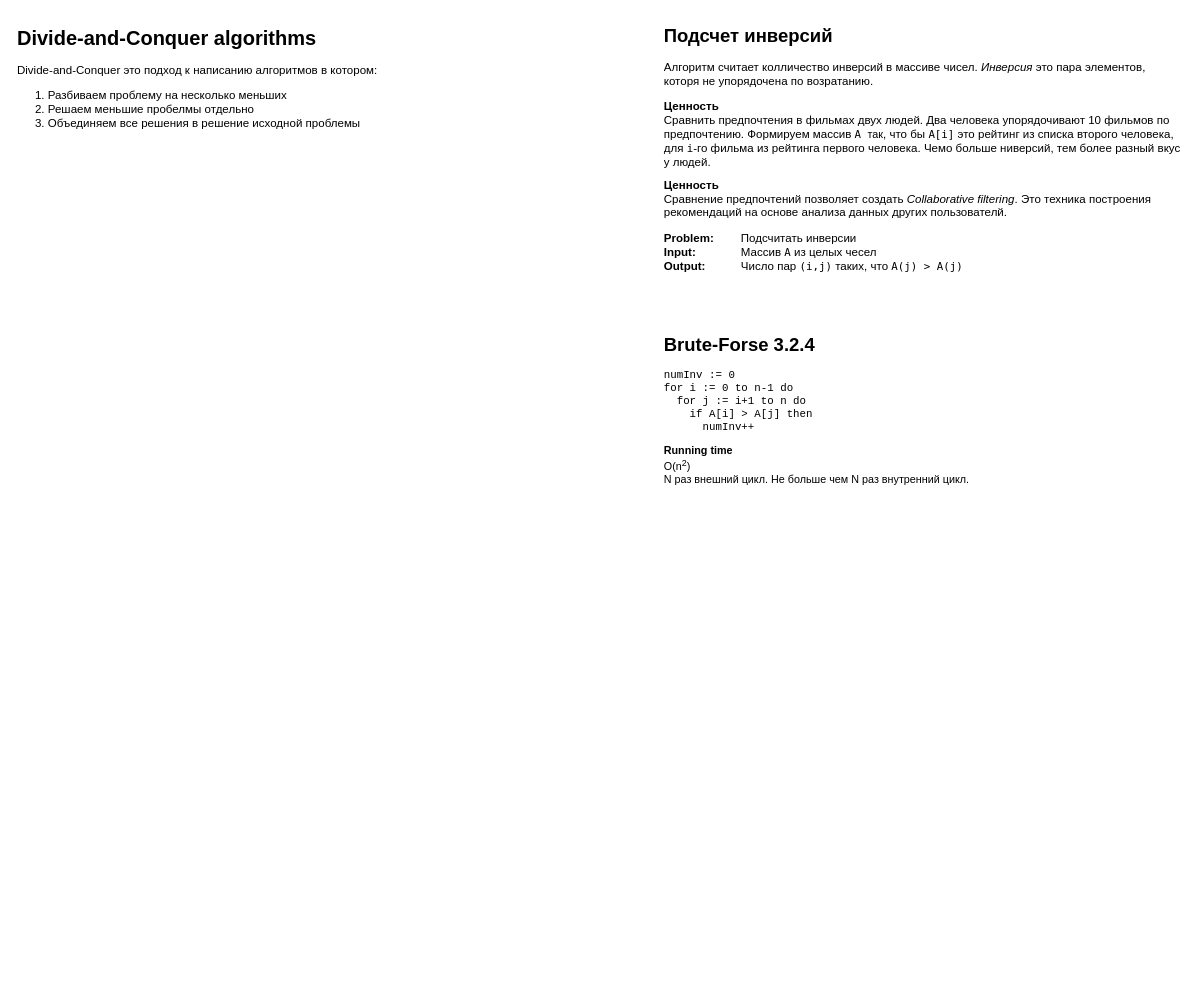
The draw.io diagram algorithms-illuminated.drawio in mike-galushko/algorithms-illuminated, before the edit. Source tidied: cells renumbered, new cells numbered last; positions are measured from the earlier drawing's top-left corner, leaving out a move shared by most shapes. Both pictures are drawn from the tidied source at 77%, with x=0, y=0 at pixel (13, 21).
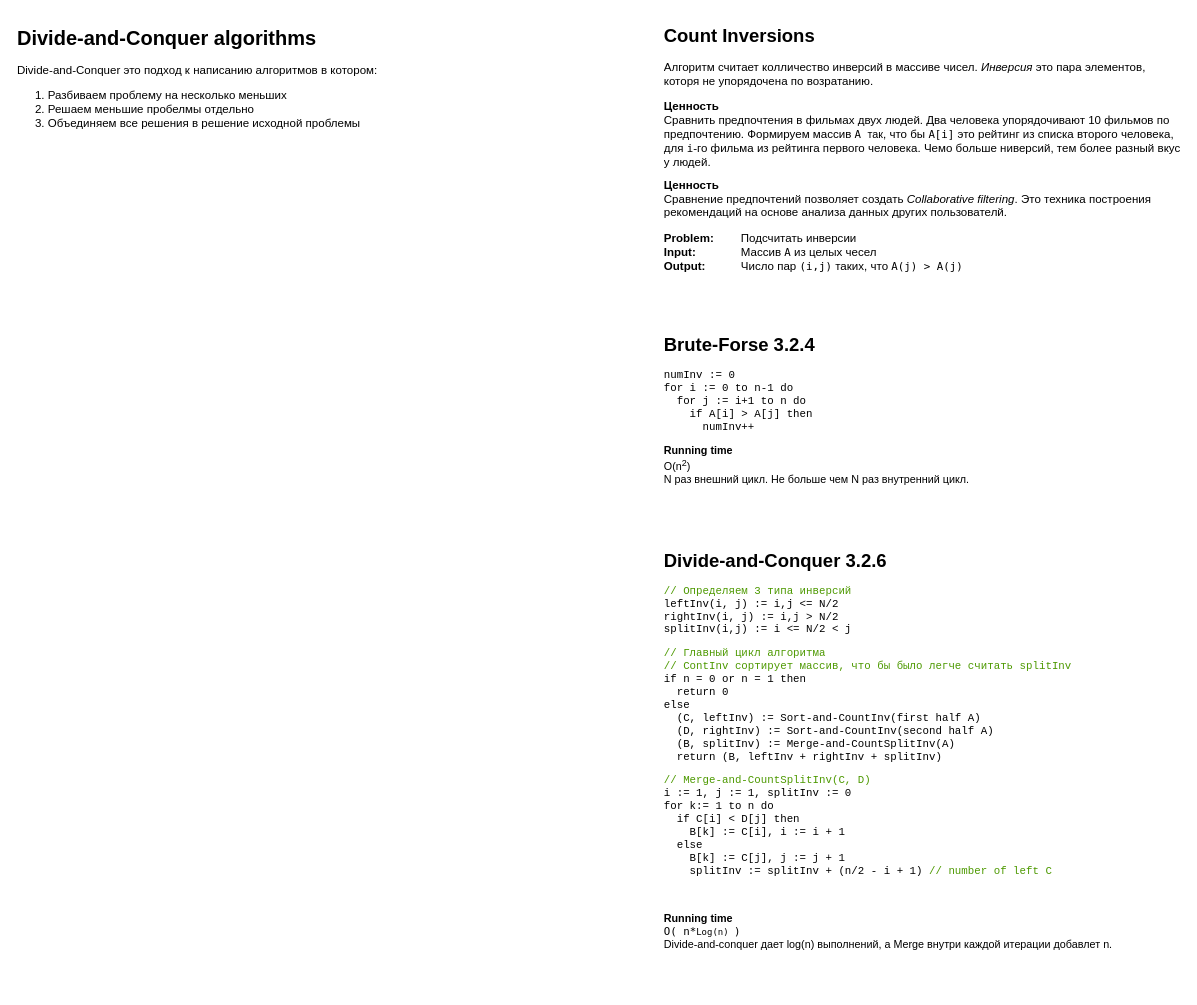
The same page after the edit.

Diff of the diagram source:
```diff
@@
 <mxGraphModel>
   <root>
     <mxCell id="0" />
     <mxCell id="1" parent="0" />
     <mxCell id="2" value="&lt;h1&gt;&lt;font style=&quot;font-size: 26px;&quot;&gt;Divide-and-Conquer algorithms&lt;/font&gt;&lt;font style=&quot;font-size: 24px;&quot;&gt;&amp;nbsp;&lt;/font&gt;&lt;/h1&gt;&lt;p style=&quot;font-size: 15px;&quot;&gt;&lt;span style=&quot;background-color: initial;&quot;&gt;Divide-and-Conquer это подход к написанию алгоритмов в котором:&lt;/span&gt;&lt;br&gt;&lt;/p&gt;&lt;p style=&quot;font-size: 15px;&quot;&gt;&lt;/p&gt;&lt;ol style=&quot;font-size: 15px;&quot;&gt;&lt;li&gt;&lt;font style=&quot;font-size: 15px;&quot;&gt;Разбиваем проблему на несколько меньших&lt;/font&gt;&lt;/li&gt;&lt;li&gt;&lt;font style=&quot;font-size: 15px;&quot;&gt;Решаем меньшие пробелмы отдельно&lt;/font&gt;&lt;/li&gt;&lt;li&gt;&lt;font style=&quot;font-size: 15px;&quot;&gt;Объединяем все решения в решение исходной проблемы&lt;/font&gt;&lt;/li&gt;&lt;/ol&gt;&lt;div style=&quot;font-size: 15px;&quot;&gt;&lt;span style=&quot;&quot;&gt;&lt;br&gt;&lt;/span&gt;&lt;/div&gt;&lt;p&gt;&lt;/p&gt;" style="text;html=1;strokeColor=none;fillColor=none;spacing=5;spacingTop=-20;whiteSpace=wrap;overflow=hidden;rounded=0;" parent="1" vertex="1">
       <mxGeometry y="2" width="690" height="270" as="geometry" />
     </mxCell>
-    <mxCell id="3" value="&lt;h1&gt;Подсчет инверсий&lt;/h1&gt;&lt;p style=&quot;font-size: 15px;&quot;&gt;&lt;span style=&quot;background-color: initial;&quot;&gt;Алгоритм считает колличество инверсий в массиве чисел. &lt;i&gt;Инверсия&lt;/i&gt; это пара элементов, которя не упорядочена по возратанию.&lt;/span&gt;&lt;br&gt;&lt;/p&gt;&lt;p style=&quot;&quot;&gt;&lt;font style=&quot;font-size: 15px;&quot;&gt;&lt;b&gt;Ценность&lt;br&gt;&lt;/b&gt;&lt;/font&gt;&lt;span style=&quot;background-color: initial;&quot;&gt;&lt;span style=&quot;font-size: 15px;&quot;&gt;Сравнить предпочтения в фильмах двух людей. Два человека упорядочивают 10 фильмов по предпочтению. Формируем массив &lt;/span&gt;&lt;font style=&quot;font-size: 14px;&quot; face=&quot;Lucida Console&quot;&gt;A &lt;/font&gt;&lt;font style=&quot;font-size: 14px;&quot;&gt;так&lt;/font&gt;&lt;span style=&quot;font-size: 15px;&quot;&gt;, что бы &lt;/span&gt;&lt;font style=&quot;font-size: 14px;&quot; face=&quot;Lucida Console&quot;&gt;A[i]&lt;/font&gt;&lt;span style=&quot;font-size: 15px;&quot;&gt;&amp;nbsp;это рейтинг из списка второго человека, для &lt;/span&gt;&lt;font style=&quot;font-size: 14px;&quot; face=&quot;Lucida Console&quot;&gt;i&lt;/font&gt;&lt;font style=&quot;font-size: 15px;&quot;&gt;-го&lt;/font&gt;&lt;span style=&quot;font-size: 15px;&quot;&gt; фильма из рейтинга первого человека. Чемо больше ниверсий, тем более разный вкус у людей.&lt;/span&gt;&lt;/span&gt;&lt;/p&gt;&lt;p style=&quot;&quot;&gt;&lt;span style=&quot;background-color: initial;&quot;&gt;&lt;span style=&quot;font-size: 15px;&quot;&gt;&lt;b&gt;Ценность&lt;/b&gt;&lt;br&gt;Сравнение предпочтений позволяет создать &lt;i&gt;Collaborative filtering&lt;/i&gt;. Это техника построения рекомендаций на основе анализа данных других пользователй.&lt;/span&gt;&lt;/span&gt;&lt;/p&gt;&lt;p style=&quot;font-size: 15px;&quot;&gt;&lt;font style=&quot;font-size: 15px;&quot;&gt;&lt;b&gt;Problem: &lt;span style=&quot;white-space: pre;&quot;&gt;&#9;&lt;/span&gt;&lt;/b&gt;Подсчитать инверсии&lt;br&gt;&lt;/font&gt;&lt;b style=&quot;background-color: initial;&quot;&gt;Input:&lt;/b&gt;&lt;span style=&quot;background-color: initial;&quot;&gt; &lt;/span&gt;&lt;span style=&quot;background-color: initial; white-space: pre;&quot;&gt;&#9;&lt;/span&gt;&lt;span style=&quot;background-color: initial; white-space: pre;&quot;&gt;&#9;&lt;/span&gt;&lt;span style=&quot;background-color: initial; font-size: 12px;&quot;&gt;&lt;span style=&quot;font-size: 15px;&quot;&gt;Массив &lt;/span&gt;&lt;font style=&quot;font-size: 14px;&quot; face=&quot;Lucida Console&quot;&gt;A&lt;/font&gt;&lt;span style=&quot;font-size: 15px;&quot;&gt; из целых чесел&lt;br&gt;&lt;/span&gt;&lt;/span&gt;&lt;b style=&quot;background-color: initial;&quot;&gt;Output:&lt;/b&gt;&lt;span style=&quot;background-color: initial; white-space: pre;&quot;&gt;&#9;&lt;/span&gt;&lt;span style=&quot;background-color: initial; white-space: pre;&quot;&gt;&#9;&lt;/span&gt;&lt;span style=&quot;background-color: initial;&quot;&gt;Число пар &lt;/span&gt;&lt;font style=&quot;background-color: initial; font-size: 14px;&quot; face=&quot;Lucida Console&quot;&gt;(i,j)&lt;/font&gt;&lt;span style=&quot;background-color: initial;&quot;&gt; таких, что &lt;/span&gt;&lt;font style=&quot;background-color: initial; font-size: 14px;&quot; face=&quot;Lucida Console&quot;&gt;A(j) &amp;gt; A(j)&lt;/font&gt;&lt;/p&gt;&lt;p&gt;&lt;/p&gt;&lt;p style=&quot;font-size: 15px;&quot;&gt;&lt;br&gt;&lt;/p&gt;&lt;p style=&quot;font-size: 15px;&quot;&gt;&lt;br&gt;&lt;/p&gt;" style="text;html=1;strokeColor=none;fillColor=none;spacing=5;spacingTop=-20;whiteSpace=wrap;overflow=hidden;rounded=0;" parent="1" vertex="1">
-      <mxGeometry x="840" width="680" height="390" as="geometry" />
+    <mxCell id="3" value="&lt;h1&gt;Count Inversions&lt;/h1&gt;&lt;p style=&quot;font-size: 15px;&quot;&gt;&lt;span style=&quot;background-color: initial;&quot;&gt;Алгоритм считает колличество инверсий в массиве чисел. &lt;i&gt;Инверсия&lt;/i&gt; это пара элементов, которя не упорядочена по возратанию.&lt;/span&gt;&lt;br&gt;&lt;/p&gt;&lt;p style=&quot;&quot;&gt;&lt;font style=&quot;font-size: 15px;&quot;&gt;&lt;b&gt;Ценность&lt;br&gt;&lt;/b&gt;&lt;/font&gt;&lt;span style=&quot;background-color: initial;&quot;&gt;&lt;span style=&quot;font-size: 15px;&quot;&gt;Сравнить предпочтения в фильмах двух людей. Два человека упорядочивают 10 фильмов по предпочтению. Формируем массив &lt;/span&gt;&lt;font style=&quot;font-size: 14px;&quot; face=&quot;Lucida Console&quot;&gt;A &lt;/font&gt;&lt;font style=&quot;font-size: 14px;&quot;&gt;так&lt;/font&gt;&lt;span style=&quot;font-size: 15px;&quot;&gt;, что бы &lt;/span&gt;&lt;font style=&quot;font-size: 14px;&quot; face=&quot;Lucida Console&quot;&gt;A[i]&lt;/font&gt;&lt;span style=&quot;font-size: 15px;&quot;&gt;&amp;nbsp;это рейтинг из списка второго человека, для &lt;/span&gt;&lt;font style=&quot;font-size: 14px;&quot; face=&quot;Lucida Console&quot;&gt;i&lt;/font&gt;&lt;font style=&quot;font-size: 15px;&quot;&gt;-го&lt;/font&gt;&lt;span style=&quot;font-size: 15px;&quot;&gt; фильма из рейтинга первого человека. Чемо больше ниверсий, тем более разный вкус у людей.&lt;/span&gt;&lt;/span&gt;&lt;/p&gt;&lt;p style=&quot;&quot;&gt;&lt;span style=&quot;background-color: initial;&quot;&gt;&lt;span style=&quot;font-size: 15px;&quot;&gt;&lt;b&gt;Ценность&lt;/b&gt;&lt;br&gt;Сравнение предпочтений позволяет создать &lt;i&gt;Collaborative filtering&lt;/i&gt;. Это техника построения рекомендаций на основе анализа данных других пользователй.&lt;/span&gt;&lt;/span&gt;&lt;/p&gt;&lt;p style=&quot;font-size: 15px;&quot;&gt;&lt;font style=&quot;font-size: 15px;&quot;&gt;&lt;b&gt;Problem: &lt;span style=&quot;white-space: pre;&quot;&gt;&#9;&lt;/span&gt;&lt;/b&gt;Подсчитать инверсии&lt;br&gt;&lt;/font&gt;&lt;b style=&quot;background-color: initial;&quot;&gt;Input:&lt;/b&gt;&lt;span style=&quot;background-color: initial;&quot;&gt; &lt;/span&gt;&lt;span style=&quot;background-color: initial; white-space: pre;&quot;&gt;&#9;&lt;/span&gt;&lt;span style=&quot;background-color: initial; white-space: pre;&quot;&gt;&#9;&lt;/span&gt;&lt;span style=&quot;background-color: initial; font-size: 12px;&quot;&gt;&lt;span style=&quot;font-size: 15px;&quot;&gt;Массив &lt;/span&gt;&lt;font style=&quot;font-size: 14px;&quot; face=&quot;Lucida Console&quot;&gt;A&lt;/font&gt;&lt;span style=&quot;font-size: 15px;&quot;&gt; из целых чесел&lt;br&gt;&lt;/span&gt;&lt;/span&gt;&lt;b style=&quot;background-color: initial;&quot;&gt;Output:&lt;/b&gt;&lt;span style=&quot;background-color: initial; white-space: pre;&quot;&gt;&#9;&lt;/span&gt;&lt;span style=&quot;background-color: initial; white-space: pre;&quot;&gt;&#9;&lt;/span&gt;&lt;span style=&quot;background-color: initial;&quot;&gt;Число пар &lt;/span&gt;&lt;font style=&quot;background-color: initial; font-size: 14px;&quot; face=&quot;Lucida Console&quot;&gt;(i,j)&lt;/font&gt;&lt;span style=&quot;background-color: initial;&quot;&gt; таких, что &lt;/span&gt;&lt;font style=&quot;background-color: initial; font-size: 14px;&quot; face=&quot;Lucida Console&quot;&gt;A(j) &amp;gt; A(j)&lt;/font&gt;&lt;/p&gt;&lt;p&gt;&lt;/p&gt;&lt;p style=&quot;font-size: 15px;&quot;&gt;&lt;br&gt;&lt;/p&gt;&lt;p style=&quot;font-size: 15px;&quot;&gt;&lt;br&gt;&lt;/p&gt;" style="text;html=1;strokeColor=none;fillColor=none;spacing=5;spacingTop=-20;whiteSpace=wrap;overflow=hidden;rounded=0;" parent="1" vertex="1">
+      <mxGeometry x="840" width="680" height="361" as="geometry" />
     </mxCell>
     <mxCell id="4" value="&lt;h1&gt;Brute-Forse 3.2.4&lt;/h1&gt;&lt;pre style=&quot;font-size: 14px;&quot;&gt;numInv := 0&lt;br&gt;for i := 0 to n-1 do&lt;br&gt;  for j := i+1 to n do&lt;br&gt;    if A[i] &amp;gt; A[j] then&lt;br&gt;      numInv++&lt;br&gt;&lt;/pre&gt;&lt;p style=&quot;font-size: 14px;&quot;&gt;&lt;b&gt;Running time&lt;br&gt;&lt;/b&gt;&lt;span style=&quot;background-color: initial;&quot;&gt;O(n&lt;/span&gt;&lt;sup style=&quot;background-color: initial; border-color: var(--border-color);&quot;&gt;2&lt;/sup&gt;&lt;span style=&quot;background-color: initial; border-color: var(--border-color);&quot;&gt;)&amp;nbsp;&lt;br&gt;&lt;/span&gt;&lt;span style=&quot;background-color: initial;&quot;&gt;N раз внешний цикл. Не больше чем N раз внутренний цикл.&lt;/span&gt;&lt;/p&gt;&lt;p style=&quot;font-size: 14px;&quot;&gt;&lt;br&gt;&lt;/p&gt;&lt;p style=&quot;font-size: 14px;&quot;&gt;&lt;br&gt;&lt;/p&gt;" style="text;html=1;strokeColor=none;fillColor=none;spacing=5;spacingTop=-20;whiteSpace=wrap;overflow=hidden;rounded=0;" parent="1" vertex="1">
       <mxGeometry x="840" y="401" width="680" height="230" as="geometry" />
     </mxCell>
+    <mxCell id="5" value="&lt;h1&gt;Divide-and-Conquer 3.2.6&lt;/h1&gt;&lt;pre style=&quot;font-size: 14px;&quot;&gt;&lt;font color=&quot;#4d9900&quot;&gt;// Определяем 3 типа инверсий&lt;/font&gt;&lt;br&gt;leftInv(i, j) := i,j &amp;lt;= N/2&lt;br&gt;rightInv(i, j) := i,j &amp;gt; N/2&lt;br&gt;splitInv(i,j) := i &amp;lt;= N/2 &amp;lt; j&lt;/pre&gt;&lt;pre style=&quot;font-size: 14px;&quot;&gt;&lt;font color=&quot;#4d9900&quot;&gt;// Главный цикл алгоритма&lt;br&gt;// ContInv сортирует массив, что бы было легче считать splitInv&lt;/font&gt;&lt;br&gt;if n = 0 or n = 1 then&lt;br&gt;  return 0&lt;br&gt;else&lt;br&gt;  (C, leftInv) := Sort-and-CountInv(first half A)&lt;br&gt;  (D, rightInv) := Sort-and-CountInv(second half A)&lt;br&gt;  (B, splitInv) := Merge-and-CountSplitInv(A)&lt;br&gt;  return (B, leftInv + rightInv + splitInv)&lt;/pre&gt;&lt;pre style=&quot;font-size: 14px;&quot;&gt;&lt;font color=&quot;#4d9900&quot;&gt;// Merge-and-CountSplitInv(C, D)&lt;/font&gt;&lt;br&gt;i := 1, j := 1, splitInv := 0&lt;br&gt;for k:= 1 to n do&lt;br&gt;  if C[i] &amp;lt; D[j] then&lt;br&gt;    B[k] := C[i], i := i + 1&lt;br&gt;  else&lt;br&gt;    B[k] := C[j], j := j + 1&lt;br&gt;    splitInv := splitInv + (n/2 - i + 1) &lt;font color=&quot;#4d9900&quot;&gt;// number of left C&lt;/font&gt; &lt;/pre&gt;&lt;pre style=&quot;font-size: 14px;&quot;&gt;&lt;br&gt;&lt;/pre&gt;&lt;p style=&quot;&quot;&gt;&lt;b style=&quot;font-size: 14px;&quot;&gt;Running time&lt;br&gt;&lt;/b&gt;&lt;span style=&quot;background-color: initial;&quot;&gt;&lt;font face=&quot;Lucida Console&quot;&gt;&lt;span style=&quot;font-size: 14px;&quot;&gt;O( n*&lt;/span&gt;&lt;span style=&quot;font-size: 11.6667px;&quot;&gt;Log(n)&amp;nbsp;&lt;/span&gt;&lt;/font&gt;&lt;/span&gt;&lt;span style=&quot;font-size: 14px; background-color: initial; border-color: var(--border-color);&quot;&gt;&lt;font face=&quot;Lucida Console&quot;&gt;)&lt;/font&gt;&lt;br&gt;&lt;/span&gt;&lt;span style=&quot;font-size: 14px; background-color: initial;&quot;&gt;Divide-and-conquer дает log(n) выполнений, а Merge внутри каждой итерации добавлет n.&lt;/span&gt;&lt;/p&gt;&lt;p style=&quot;font-size: 14px;&quot;&gt;&lt;br&gt;&lt;/p&gt;&lt;p style=&quot;font-size: 14px;&quot;&gt;&lt;br&gt;&lt;/p&gt;" style="text;html=1;strokeColor=none;fillColor=none;spacing=5;spacingTop=-20;whiteSpace=wrap;overflow=hidden;rounded=0;" parent="1" vertex="1">
+      <mxGeometry x="840" y="681" width="680" height="580" as="geometry" />
+    </mxCell>
   </root>
 </mxGraphModel>
```
